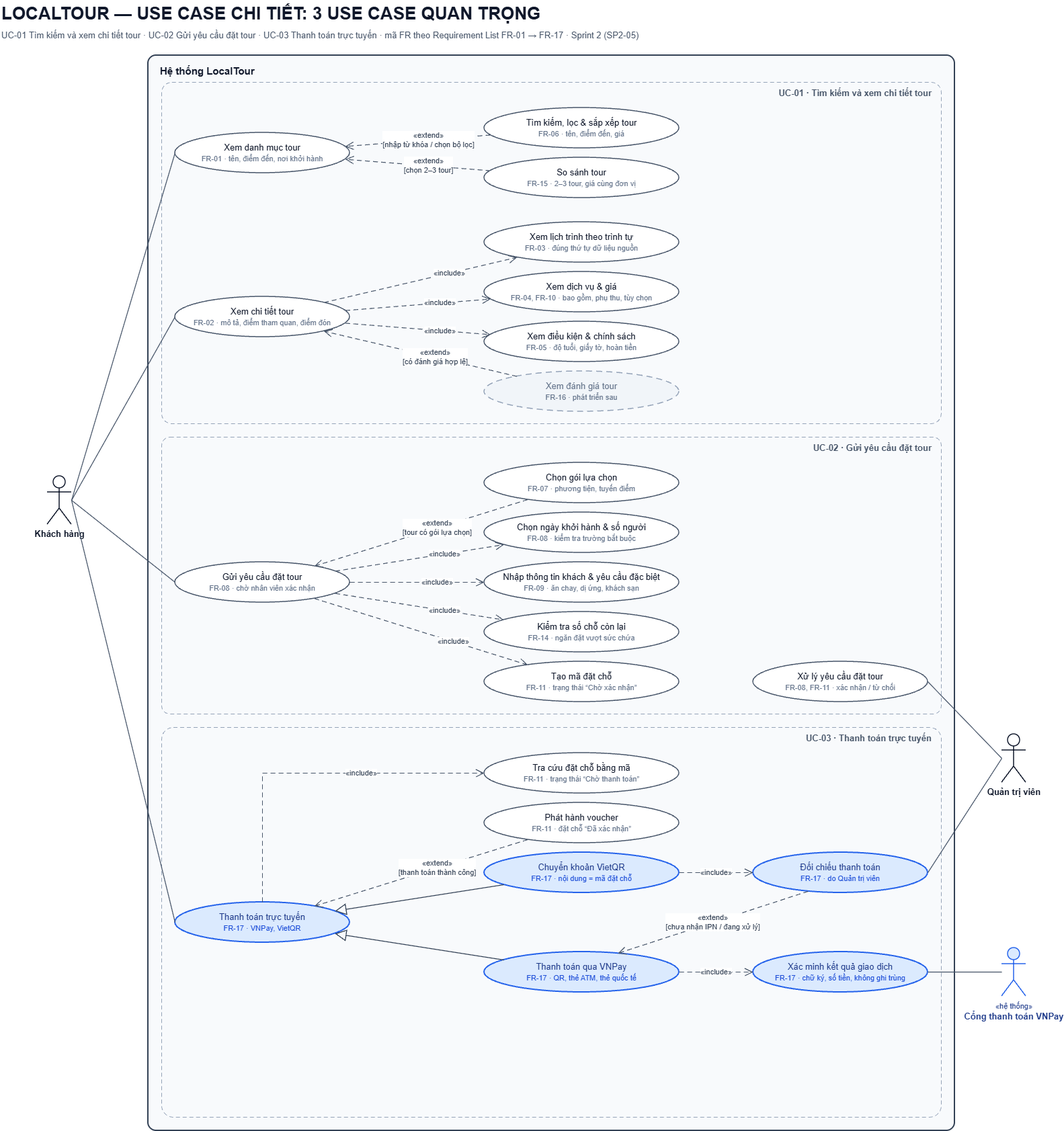
Earlier version of the draw.io export docs/diagram/so-do-use-case-3-uc-quan-trong_localtour.drawio.png (kannar04/LocalTour_Project). Source tidied: cells renumbered, new cells last; positions are measured from the earlier drawing's top-left corner, leaving out a move shared by most shapes.
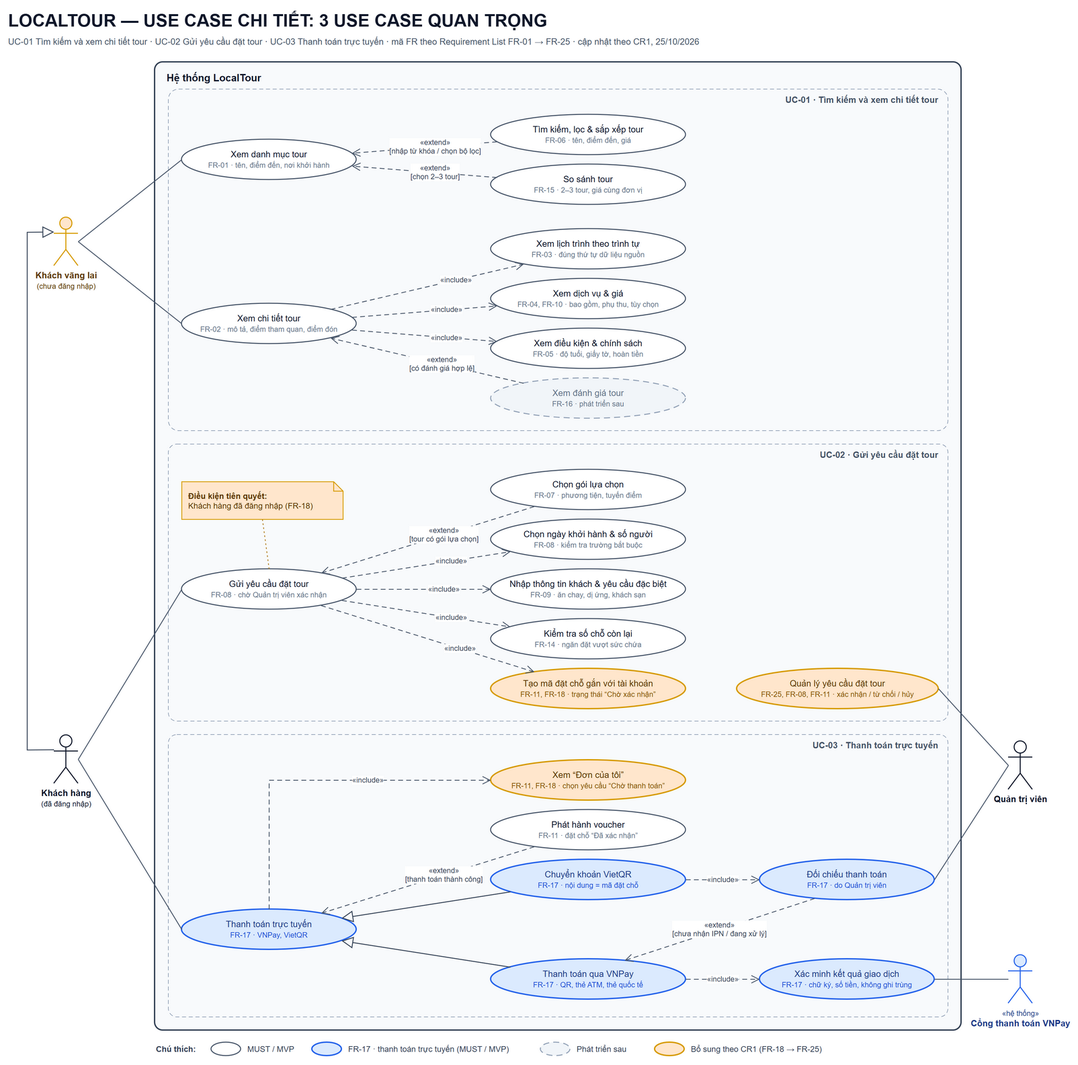
Above is the later version.

Commit message:
3.2.9: Tài liệu trường dữ liệu, sơ đồ và ca kiểm thử phần quản trị

The edit, as a diff of the source:
```diff
@@ -5,11 +5,11 @@
     <mxCell id="2" value="LOCALTOUR — USE CASE CHI TIẾT: 3 USE CASE QUAN TRỌNG" style="text;html=1;align=left;verticalAlign=middle;fontSize=26;fontStyle=1;fontColor=#0f172a;" parent="1" vertex="1">
       <mxGeometry width="1400" height="40" as="geometry" />
     </mxCell>
-    <mxCell id="3" value="UC-01 Tìm kiếm và xem chi tiết tour · UC-02 Gửi yêu cầu đặt tour · UC-03 Thanh toán trực tuyến · mã FR theo Requirement List FR-01 → FR-17 · Sprint 2 (SP2-05)&amp;nbsp;" style="text;html=1;align=left;verticalAlign=middle;fontSize=13;fontColor=#475569;" parent="1" vertex="1">
-      <mxGeometry y="40" width="1500" height="24" as="geometry" />
+    <mxCell id="3" value="UC-01 Tìm kiếm và xem chi tiết tour · UC-02 Gửi yêu cầu đặt tour · UC-03 Thanh toán trực tuyến · mã FR theo Requirement List FR-01 → FR-25 · cập nhật theo CR1, 25/10/2026" style="text;html=1;align=left;verticalAlign=middle;fontSize=13;fontColor=#475569;" parent="1" vertex="1">
+      <mxGeometry y="40" width="1400" height="24" as="geometry" />
     </mxCell>
     <mxCell id="4" value="Hệ thống LocalTour" style="rounded=1;arcSize=1;html=1;whiteSpace=wrap;fillColor=#f8fafc;strokeColor=#334155;strokeWidth=2;verticalAlign=top;align=left;spacingLeft=16;spacingTop=8;fontSize=15;fontStyle=1;fontColor=#0f172a;" parent="1" vertex="1">
-      <mxGeometry x="220" y="82" width="1200" height="1600" as="geometry" />
+      <mxGeometry x="220" y="82" width="1200" height="1440" as="geometry" />
     </mxCell>
     <mxCell id="5" value="UC-01 · Tìm kiếm và xem chi tiết tour" style="rounded=1;arcSize=3;html=1;whiteSpace=wrap;fillColor=none;strokeColor=#94a3b8;dashed=1;dashPattern=6 4;verticalAlign=top;align=left;spacingLeft=10;spacingTop=2;fontSize=12;fontStyle=1;fontColor=#64748b;align=right;spacingRight=12;fontSize=13;fontColor=#475569;" parent="1" vertex="1">
       <mxGeometry x="240" y="122" width="1160" height="508" as="geometry" />
@@ -18,7 +18,7 @@
       <mxGeometry x="240" y="650" width="1160" height="412" as="geometry" />
     </mxCell>
     <mxCell id="7" value="UC-03 · Thanh toán trực tuyến" style="rounded=1;arcSize=3;html=1;whiteSpace=wrap;fillColor=none;strokeColor=#94a3b8;dashed=1;dashPattern=6 4;verticalAlign=top;align=left;spacingLeft=10;spacingTop=2;fontSize=12;fontStyle=1;fontColor=#64748b;align=right;spacingRight=12;fontSize=13;fontColor=#475569;" parent="1" vertex="1">
-      <mxGeometry x="240" y="1082" width="1160" height="580" as="geometry" />
+      <mxGeometry x="240" y="1082" width="1160" height="420" as="geometry" />
     </mxCell>
     <mxCell id="8" value="Xem danh mục tour&lt;br&gt;&lt;span style=&quot;font-size:11px;color:#64748b&quot;&gt;FR-01 · tên, điểm đến, nơi khởi hành&lt;/span&gt;" style="ellipse;html=1;whiteSpace=wrap;fillColor=#ffffff;strokeColor=#475569;strokeWidth=1.5;fontSize=13;fontColor=#0f172a;spacing=6;" parent="1" vertex="1">
       <mxGeometry x="260" y="197" width="260" height="60" as="geometry" />
@@ -44,7 +44,7 @@
     <mxCell id="15" value="Xem đánh giá tour&lt;br&gt;&lt;span style=&quot;font-size:11px;color:#64748b&quot;&gt;FR-16 · phát triển sau&lt;/span&gt;" style="ellipse;html=1;whiteSpace=wrap;fillColor=#f1f5f9;strokeColor=#94a3b8;strokeWidth=1.5;dashed=1;dashPattern=6 4;fontSize=13;fontColor=#64748b;spacing=6;" parent="1" vertex="1">
       <mxGeometry x="720" y="552" width="290" height="60" as="geometry" />
     </mxCell>
-    <mxCell id="16" value="Gửi yêu cầu đặt tour&lt;br&gt;&lt;span style=&quot;font-size:11px;color:#64748b&quot;&gt;FR-08 · chờ nhân viên xác nhận&lt;/span&gt;" style="ellipse;html=1;whiteSpace=wrap;fillColor=#ffffff;strokeColor=#475569;strokeWidth=1.5;fontSize=13;fontColor=#0f172a;spacing=6;" parent="1" vertex="1">
+    <mxCell id="16" value="Gửi yêu cầu đặt tour&lt;br&gt;&lt;span style=&quot;font-size:11px;color:#64748b&quot;&gt;FR-08 · chờ Quản trị viên xác nhận&lt;/span&gt;" style="ellipse;html=1;whiteSpace=wrap;fillColor=#ffffff;strokeColor=#475569;strokeWidth=1.5;fontSize=13;fontColor=#0f172a;spacing=6;" parent="1" vertex="1">
       <mxGeometry x="260" y="836" width="260" height="60" as="geometry" />
     </mxCell>
     <mxCell id="17" value="Chọn gói lựa chọn&lt;br&gt;&lt;span style=&quot;font-size:11px;color:#64748b&quot;&gt;FR-07 · phương tiện, tuyến điểm&lt;/span&gt;" style="ellipse;html=1;whiteSpace=wrap;fillColor=#ffffff;strokeColor=#475569;strokeWidth=1.5;fontSize=13;fontColor=#0f172a;spacing=6;" parent="1" vertex="1">
@@ -59,16 +59,16 @@
     <mxCell id="20" value="Kiểm tra số chỗ còn lại&lt;br&gt;&lt;span style=&quot;font-size:11px;color:#64748b&quot;&gt;FR-14 · ngăn đặt vượt sức chứa&lt;/span&gt;" style="ellipse;html=1;whiteSpace=wrap;fillColor=#ffffff;strokeColor=#475569;strokeWidth=1.5;fontSize=13;fontColor=#0f172a;spacing=6;" parent="1" vertex="1">
       <mxGeometry x="720" y="910" width="290" height="60" as="geometry" />
     </mxCell>
-    <mxCell id="21" value="Tạo mã đặt chỗ&lt;br&gt;&lt;span style=&quot;font-size:11px;color:#64748b&quot;&gt;FR-11 · trạng thái “Chờ xác nhận”&lt;/span&gt;" style="ellipse;html=1;whiteSpace=wrap;fillColor=#ffffff;strokeColor=#475569;strokeWidth=1.5;fontSize=13;fontColor=#0f172a;spacing=6;" parent="1" vertex="1">
+    <mxCell id="21" value="Tạo mã đặt chỗ gắn với tài khoản&lt;br&gt;&lt;span style=&quot;font-size:11px;color:#8a5300&quot;&gt;FR-11, FR-18 · trạng thái “Chờ xác nhận”&lt;/span&gt;" style="ellipse;html=1;whiteSpace=wrap;fillColor=#ffe6cc;strokeColor=#d79b00;strokeWidth=2;fontSize=13;fontColor=#5c3700;spacing=6;" parent="1" vertex="1">
       <mxGeometry x="720" y="984" width="290" height="60" as="geometry" />
     </mxCell>
-    <mxCell id="22" value="Xử lý yêu cầu đặt tour&lt;br&gt;&lt;span style=&quot;font-size:11px;color:#64748b&quot;&gt;FR-08, FR-11 · xác nhận / từ chối&lt;/span&gt;" style="ellipse;html=1;whiteSpace=wrap;fillColor=#ffffff;strokeColor=#475569;strokeWidth=1.5;fontSize=13;fontColor=#0f172a;spacing=6;" parent="1" vertex="1">
-      <mxGeometry x="1120" y="984" width="260" height="60" as="geometry" />
+    <mxCell id="22" value="Quản lý yêu cầu đặt tour&lt;br&gt;&lt;span style=&quot;font-size:11px;color:#8a5300&quot;&gt;FR-25, FR-08, FR-11 · xác nhận / từ chối / hủy&lt;/span&gt;" style="ellipse;html=1;whiteSpace=wrap;fillColor=#ffe6cc;strokeColor=#d79b00;strokeWidth=2;fontSize=13;fontColor=#5c3700;spacing=6;" parent="1" vertex="1">
+      <mxGeometry x="1086" y="984" width="300" height="60" as="geometry" />
     </mxCell>
     <mxCell id="23" value="Thanh toán trực tuyến&lt;br&gt;&lt;span style=&quot;font-size:11px;color:#1d4ed8&quot;&gt;FR-17 · VNPay, VietQR&lt;/span&gt;" style="ellipse;html=1;whiteSpace=wrap;fillColor=#dbeafe;strokeColor=#2563eb;strokeWidth=2;fontSize=13;fontColor=#1e3a8a;spacing=6;" parent="1" vertex="1">
       <mxGeometry x="260" y="1342" width="260" height="60" as="geometry" />
     </mxCell>
-    <mxCell id="24" value="Tra cứu đặt chỗ bằng mã&lt;br&gt;&lt;span style=&quot;font-size:11px;color:#64748b&quot;&gt;FR-11 · trạng thái “Chờ thanh toán”&lt;/span&gt;" style="ellipse;html=1;whiteSpace=wrap;fillColor=#ffffff;strokeColor=#475569;strokeWidth=1.5;fontSize=13;fontColor=#0f172a;spacing=6;" parent="1" vertex="1">
+    <mxCell id="24" value="Xem “Đơn của tôi”&lt;br&gt;&lt;span style=&quot;font-size:11px;color:#8a5300&quot;&gt;FR-11, FR-18 · chọn yêu cầu “Chờ thanh toán”&lt;/span&gt;" style="ellipse;html=1;whiteSpace=wrap;fillColor=#ffe6cc;strokeColor=#d79b00;strokeWidth=2;fontSize=13;fontColor=#5c3700;spacing=6;" parent="1" vertex="1">
       <mxGeometry x="720" y="1120" width="290" height="60" as="geometry" />
     </mxCell>
     <mxCell id="25" value="Phát hành voucher&lt;br&gt;&lt;span style=&quot;font-size:11px;color:#64748b&quot;&gt;FR-11 · đặt chỗ “Đã xác nhận”&lt;/span&gt;" style="ellipse;html=1;whiteSpace=wrap;fillColor=#ffffff;strokeColor=#475569;strokeWidth=1.5;fontSize=13;fontColor=#0f172a;spacing=6;" parent="1" vertex="1">
@@ -86,8 +86,11 @@
     <mxCell id="29" value="Xác minh kết quả giao dịch&lt;br&gt;&lt;span style=&quot;font-size:11px;color:#1d4ed8&quot;&gt;FR-17 · chữ ký, số tiền, không ghi trùng&lt;/span&gt;" style="ellipse;html=1;whiteSpace=wrap;fillColor=#dbeafe;strokeColor=#2563eb;strokeWidth=2;fontSize=13;fontColor=#1e3a8a;spacing=6;" parent="1" vertex="1">
       <mxGeometry x="1120" y="1416" width="260" height="60" as="geometry" />
     </mxCell>
+    <mxCell id="58" value="Khách vãng lai&lt;br&gt;&lt;span style=&quot;font-size:11px;font-weight:normal&quot;&gt;(chưa đăng nhập)&lt;/span&gt;" style="shape=umlActor;html=1;verticalLabelPosition=bottom;verticalAlign=top;outlineConnect=0;fillColor=#ffe6cc;strokeColor=#d79b00;strokeWidth=1.5;fontSize=13;fontStyle=1;fontColor=#5c3700;" parent="1" vertex="1">
+      <mxGeometry x="70" y="313" width="36" height="72" as="geometry" />
+    </mxCell>
-    <mxCell id="30" value="Khách hàng" style="shape=umlActor;html=1;verticalLabelPosition=bottom;verticalAlign=top;outlineConnect=0;fillColor=#ffffff;strokeColor=#0f172a;strokeWidth=1.5;fontSize=13;fontStyle=1;fontColor=#0f172a;" parent="1" vertex="1">
-      <mxGeometry x="70" y="708" width="36" height="72" as="geometry" />
+    <mxCell id="30" value="Khách hàng&lt;br&gt;&lt;span style=&quot;font-size:11px;font-weight:normal&quot;&gt;(đã đăng nhập)&lt;/span&gt;" style="shape=umlActor;html=1;verticalLabelPosition=bottom;verticalAlign=top;outlineConnect=0;fillColor=#ffffff;strokeColor=#0f172a;strokeWidth=1.5;fontSize=13;fontStyle=1;fontColor=#0f172a;" parent="1" vertex="1">
+      <mxGeometry x="70" y="1083" width="36" height="72" as="geometry" />
     </mxCell>
     <mxCell id="31" value="Quản trị viên" style="shape=umlActor;html=1;verticalLabelPosition=bottom;verticalAlign=top;outlineConnect=0;fillColor=#ffffff;strokeColor=#0f172a;strokeWidth=1.5;fontSize=13;fontStyle=1;fontColor=#0f172a;" parent="1" vertex="1">
       <mxGeometry x="1490" y="1092" width="36" height="72" as="geometry" />
@@ -95,10 +98,10 @@
     <mxCell id="32" value="&lt;span style=&quot;font-size:11px;font-weight:normal&quot;&gt;«hệ thống»&lt;/span&gt;&lt;br&gt;Cổng thanh toán VNPay" style="shape=umlActor;html=1;verticalLabelPosition=bottom;verticalAlign=top;outlineConnect=0;fillColor=#dbeafe;strokeColor=#2563eb;strokeWidth=1.5;fontSize=13;fontStyle=1;fontColor=#1e3a8a;" parent="1" vertex="1">
       <mxGeometry x="1490" y="1410" width="36" height="72" as="geometry" />
     </mxCell>
-    <mxCell id="33" style="html=1;endArrow=none;rounded=0;strokeColor=#475569;strokeWidth=1.3;exitX=1;exitY=0.5;exitDx=0;exitDy=0;entryX=0;entryY=0.5;entryDx=0;entryDy=0;" parent="1" edge="1" source="30" target="8">
+    <mxCell id="33" style="html=1;endArrow=none;rounded=0;strokeColor=#475569;strokeWidth=1.3;exitX=1;exitY=0.5;exitDx=0;exitDy=0;entryX=0;entryY=0.5;entryDx=0;entryDy=0;" parent="1" edge="1" source="58" target="8">
       <mxGeometry relative="1" as="geometry" />
     </mxCell>
-    <mxCell id="34" style="html=1;endArrow=none;rounded=0;strokeColor=#475569;strokeWidth=1.3;exitX=1;exitY=0.5;exitDx=0;exitDy=0;entryX=0;entryY=0.5;entryDx=0;entryDy=0;" parent="1" edge="1" source="30" target="9">
+    <mxCell id="34" style="html=1;endArrow=none;rounded=0;strokeColor=#475569;strokeWidth=1.3;exitX=1;exitY=0.5;exitDx=0;exitDy=0;entryX=0;entryY=0.5;entryDx=0;entryDy=0;" parent="1" edge="1" source="58" target="9">
       <mxGeometry relative="1" as="geometry" />
     </mxCell>
     <mxCell id="35" style="html=1;endArrow=none;rounded=0;strokeColor=#475569;strokeWidth=1.3;exitX=1;exitY=0.5;exitDx=0;exitDy=0;entryX=0;entryY=0.5;entryDx=0;entryDy=0;" parent="1" edge="1" source="30" target="16">
@@ -116,6 +119,14 @@
     <mxCell id="39" style="html=1;endArrow=none;rounded=0;strokeColor=#475569;strokeWidth=1.3;exitX=0;exitY=0.5;exitDx=0;exitDy=0;entryX=1;entryY=0.5;entryDx=0;entryDy=0;" parent="1" edge="1" source="32" target="29">
       <mxGeometry relative="1" as="geometry" />
     </mxCell>
+    <mxCell id="59" style="html=1;rounded=0;endArrow=block;endFill=0;endSize=14;strokeColor=#334155;strokeWidth=1.3;exitX=0;exitY=0.3;exitDx=0;exitDy=0;entryX=0;entryY=0.3;entryDx=0;entryDy=0;" parent="1" edge="1" source="30" target="58">
+      <mxGeometry relative="1" as="geometry">
+        <Array as="points">
+          <mxPoint x="30" y="1105" />
+          <mxPoint x="30" y="335" />
+        </Array>
+      </mxGeometry>
+    </mxCell>
     <mxCell id="40" value="«extend»&lt;br&gt;[nhập từ khóa / chọn bộ lọc]" style="html=1;rounded=0;dashed=1;dashPattern=6 4;endArrow=open;endFill=0;endSize=10;strokeColor=#475569;strokeWidth=1.2;fontSize=11;fontColor=#334155;labelBackgroundColor=#ffffff;" parent="1" edge="1" source="10" target="8">
       <mxGeometry x="-0.15" relative="1" as="geometry" />
     </mxCell>
@@ -174,5 +185,38 @@
     <mxCell id="57" value="«extend»&lt;br&gt;[chưa nhận IPN / đang xử lý]" style="html=1;rounded=0;dashed=1;dashPattern=6 4;endArrow=open;endFill=0;endSize=10;strokeColor=#475569;strokeWidth=1.2;fontSize=11;fontColor=#334155;labelBackgroundColor=#ffffff;exitX=0.3;exitY=1;exitDx=0;exitDy=0;entryX=0.7;entryY=0;entryDx=0;entryDy=0;" parent="1" edge="1" source="28" target="27">
       <mxGeometry relative="1" as="geometry" />
     </mxCell>
+    <mxCell id="60" value="&lt;b&gt;Điều kiện tiên quyết:&lt;/b&gt;&lt;br&gt;Khách hàng đã đăng nhập (FR-18)" style="shape=note;html=1;whiteSpace=wrap;size=14;fillColor=#ffe6cc;strokeColor=#d79b00;strokeWidth=1.2;fontSize=12;fontColor=#5c3700;align=left;verticalAlign=middle;spacingLeft=8;spacingRight=10;spacingTop=2;" parent="1" vertex="1">
+      <mxGeometry x="260" y="706" width="240" height="56" as="geometry" />
+    </mxCell>
+    <mxCell id="61" style="html=1;endArrow=none;rounded=0;dashed=1;dashPattern=2 3;strokeColor=#b07a1a;strokeWidth=1.2;exitX=0.5;exitY=1;exitDx=0;exitDy=0;entryX=0.5;entryY=0;entryDx=0;entryDy=0;" parent="1" edge="1" source="60" target="16">
+      <mxGeometry relative="1" as="geometry" />
+    </mxCell>
+    <mxCell id="62" value="&lt;b&gt;Chú thích:&lt;/b&gt;" style="text;html=1;align=left;verticalAlign=middle;fontSize=12;fontColor=#334155;whiteSpace=wrap;" parent="1" vertex="1">
+      <mxGeometry x="220" y="1538" width="80" height="24" as="geometry" />
+    </mxCell>
+    <mxCell id="63" style="ellipse;html=1;whiteSpace=wrap;fillColor=#ffffff;strokeColor=#475569;strokeWidth=1.5;fontSize=13;fontColor=#0f172a;spacing=6;" parent="1" vertex="1">
+      <mxGeometry x="304" y="1540" width="44" height="20" as="geometry" />
+    </mxCell>
+    <mxCell id="64" value="MUST / MVP" style="text;html=1;align=left;verticalAlign=middle;fontSize=12;fontColor=#334155;whiteSpace=wrap;" parent="1" vertex="1">
+      <mxGeometry x="356" y="1538" width="80" height="24" as="geometry" />
+    </mxCell>
+    <mxCell id="65" style="ellipse;html=1;whiteSpace=wrap;fillColor=#dbeafe;strokeColor=#2563eb;strokeWidth=2;fontSize=13;fontColor=#1e3a8a;spacing=6;" parent="1" vertex="1">
+      <mxGeometry x="454" y="1540" width="44" height="20" as="geometry" />
+    </mxCell>
+    <mxCell id="66" value="FR-17 · thanh toán trực tuyến (MUST / MVP)" style="text;html=1;align=left;verticalAlign=middle;fontSize=12;fontColor=#334155;whiteSpace=wrap;" parent="1" vertex="1">
+      <mxGeometry x="506" y="1538" width="270" height="24" as="geometry" />
+    </mxCell>
+    <mxCell id="67" style="ellipse;html=1;whiteSpace=wrap;fillColor=#f1f5f9;strokeColor=#94a3b8;strokeWidth=1.5;dashed=1;dashPattern=6 4;fontSize=13;fontColor=#64748b;spacing=6;" parent="1" vertex="1">
+      <mxGeometry x="794" y="1540" width="44" height="20" as="geometry" />
+    </mxCell>
+    <mxCell id="68" value="Phát triển sau" style="text;html=1;align=left;verticalAlign=middle;fontSize=12;fontColor=#334155;whiteSpace=wrap;" parent="1" vertex="1">
+      <mxGeometry x="846" y="1538" width="100" height="24" as="geometry" />
+    </mxCell>
+    <mxCell id="69" style="ellipse;html=1;whiteSpace=wrap;fillColor=#ffe6cc;strokeColor=#d79b00;strokeWidth=2;fontSize=13;fontColor=#5c3700;spacing=6;" parent="1" vertex="1">
+      <mxGeometry x="964" y="1540" width="44" height="20" as="geometry" />
+    </mxCell>
+    <mxCell id="70" value="Bổ sung theo CR1 (FR-18 → FR-25)" style="text;html=1;align=left;verticalAlign=middle;fontSize=12;fontColor=#334155;whiteSpace=wrap;" parent="1" vertex="1">
+      <mxGeometry x="1016" y="1538" width="220" height="24" as="geometry" />
+    </mxCell>
   </root>
 </mxGraphModel>
```
